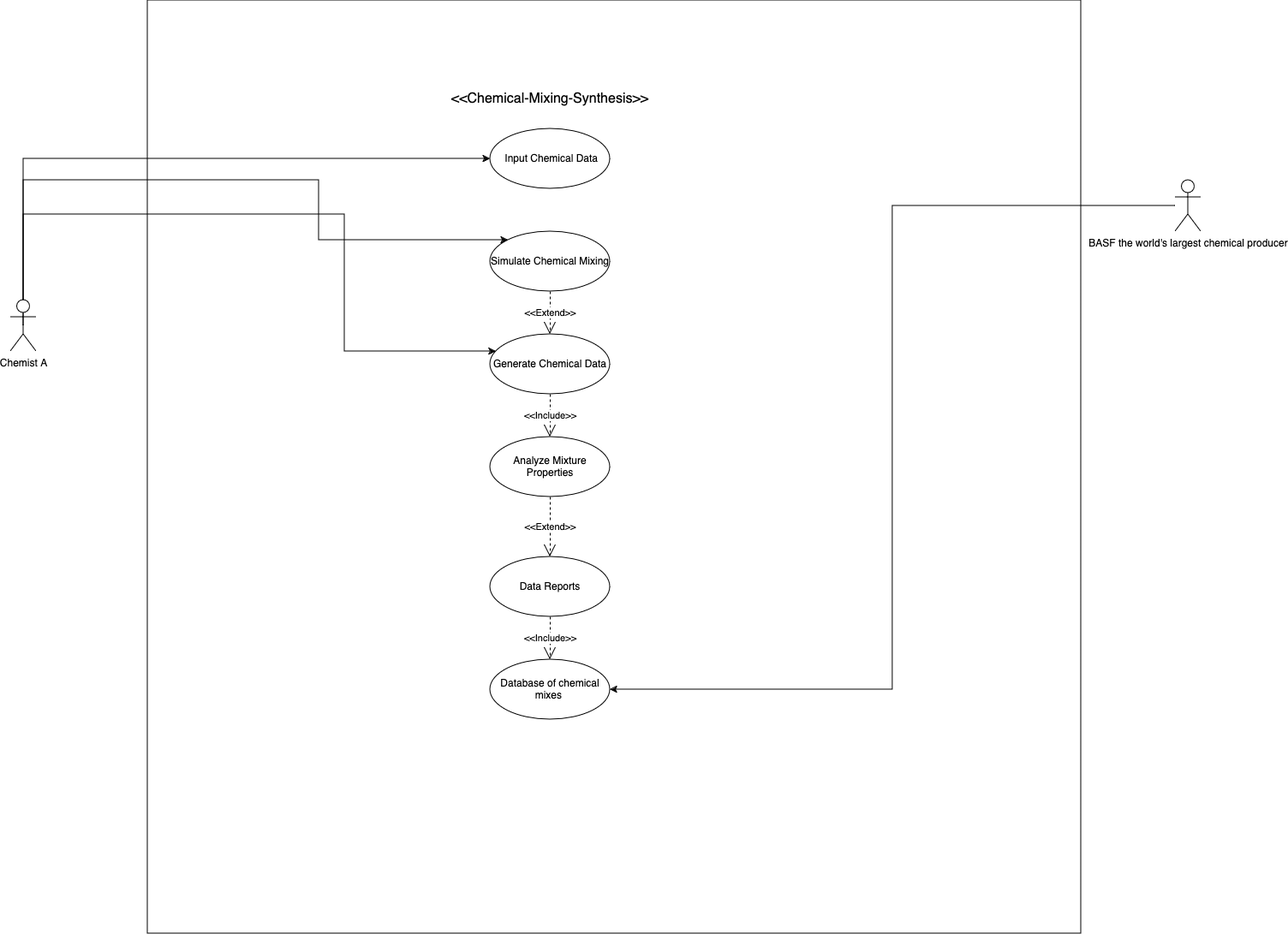
Earlier version of the draw.io export use-case.png (a-l-a-z-a-r/Chemical-Mixing-Data-Synthesis). Source tidied: cells renumbered, new cells last; positions are measured from the earlier drawing's top-left corner, leaving out a move shared by most shapes.
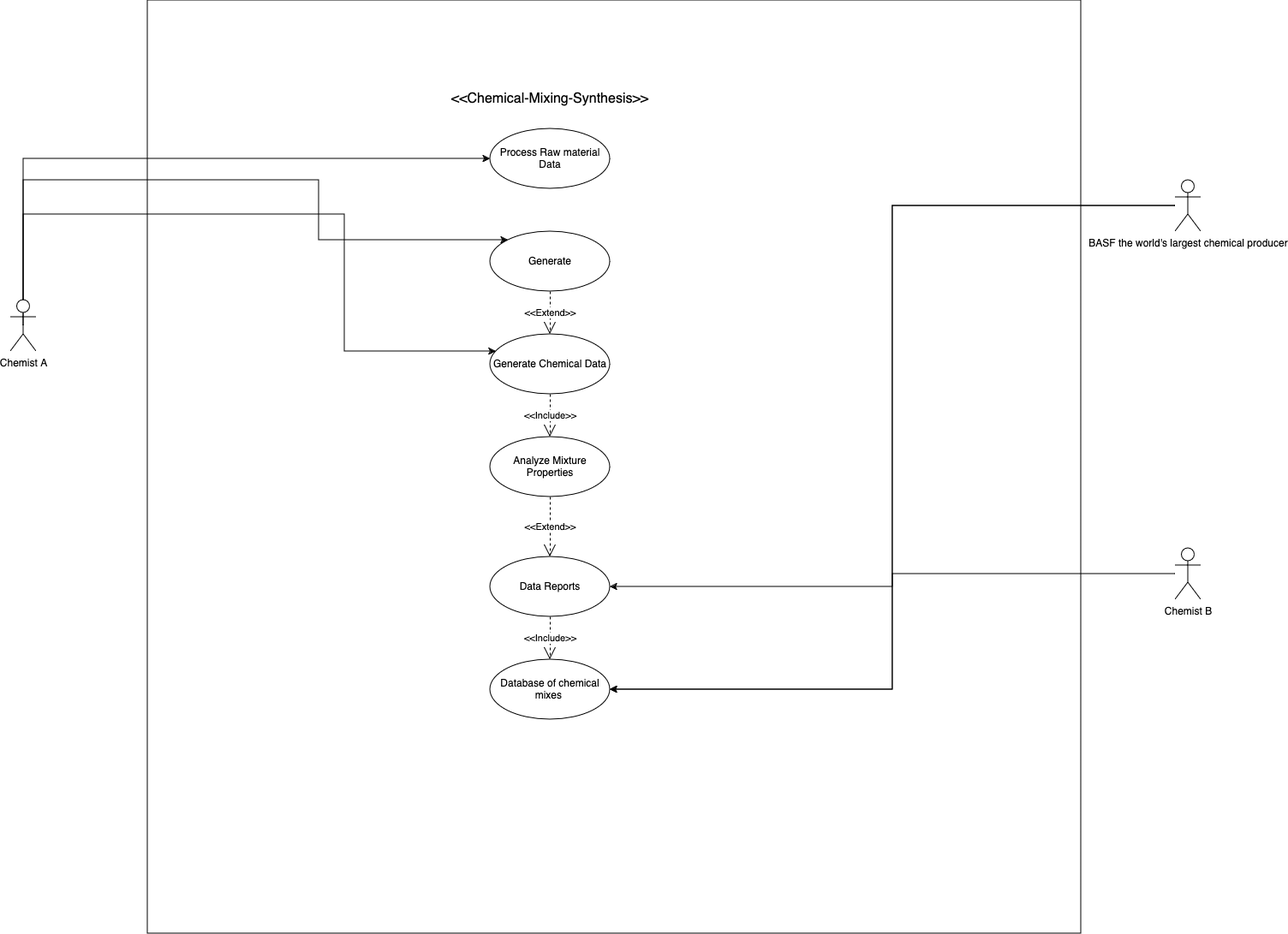
Later version of the same file.

Diff of the diagram source:
```diff
@@ -33,16 +33,19 @@
     <mxCell id="6" value="Chemist A" style="shape=umlActor;verticalLabelPosition=bottom;verticalAlign=top;html=1;outlineConnect=0;labelBackgroundColor=none;" parent="1" vertex="1">
       <mxGeometry y="350" width="30" height="60" as="geometry" />
     </mxCell>
+    <mxCell id="20" style="edgeStyle=orthogonalEdgeStyle;rounded=0;jettySize=auto;html=1;entryX=1;entryY=0.5;entryDx=0;entryDy=0;" parent="1" edge="1" source="8" target="13">
+      <mxGeometry relative="1" as="geometry" />
+    </mxCell>
     <mxCell id="7" style="edgeStyle=orthogonalEdgeStyle;rounded=0;jettySize=auto;html=1;entryX=1;entryY=0.5;entryDx=0;entryDy=0;" parent="1" edge="1" source="8" target="18">
       <mxGeometry relative="1" as="geometry" />
     </mxCell>
     <mxCell id="8" value="BASF the world's largest chemical producer" style="shape=umlActor;verticalLabelPosition=bottom;verticalAlign=top;html=1;outlineConnect=0;labelBackgroundColor=none;" parent="1" vertex="1">
       <mxGeometry x="1360" y="210" width="30" height="60" as="geometry" />
     </mxCell>
-    <mxCell id="9" value="&amp;nbsp;Input Chemical Data" style="ellipse;whiteSpace=wrap;html=1;labelBackgroundColor=none;" parent="1" vertex="1">
+    <mxCell id="9" value="Process Raw material Data " style="ellipse;whiteSpace=wrap;html=1;labelBackgroundColor=none;" parent="1" vertex="1">
       <mxGeometry x="560" y="150" width="140" height="70" as="geometry" />
     </mxCell>
-    <mxCell id="10" value="Simulate Chemical Mixing" style="ellipse;whiteSpace=wrap;html=1;labelBackgroundColor=none;" parent="1" vertex="1">
+    <mxCell id="10" value="Generate " style="ellipse;whiteSpace=wrap;html=1;labelBackgroundColor=none;" parent="1" vertex="1">
       <mxGeometry x="560" y="270" width="140" height="70" as="geometry" />
     </mxCell>
     <mxCell id="11" value="Generate Chemical Data" style="ellipse;whiteSpace=wrap;html=1;" parent="1" vertex="1">
@@ -69,6 +72,12 @@
     <mxCell id="18" value="Database of chemical mixes&amp;nbsp; " style="ellipse;whiteSpace=wrap;html=1;" parent="1" vertex="1">
       <mxGeometry x="560" y="770" width="140" height="70" as="geometry" />
     </mxCell>
+    <mxCell id="21" style="edgeStyle=orthogonalEdgeStyle;rounded=0;jettySize=auto;html=1;entryX=1;entryY=0.5;entryDx=0;entryDy=0;" parent="1" edge="1" source="22" target="18">
+      <mxGeometry relative="1" as="geometry" />
+    </mxCell>
+    <mxCell id="22" value="Chemist B" style="shape=umlActor;verticalLabelPosition=bottom;verticalAlign=top;html=1;" parent="1" vertex="1">
+      <mxGeometry x="1360" y="640" width="30" height="60" as="geometry" />
+    </mxCell>
     <mxCell id="19" value="&amp;lt;&amp;lt;Include&amp;gt;&amp;gt; " style="endArrow=open;endSize=12;dashed=1;html=1;rounded=0;entryX=0.5;entryY=0;entryDx=0;entryDy=0;" parent="1" edge="1" source="13" target="18">
       <mxGeometry relative="1" as="geometry" />
     </mxCell>
```
